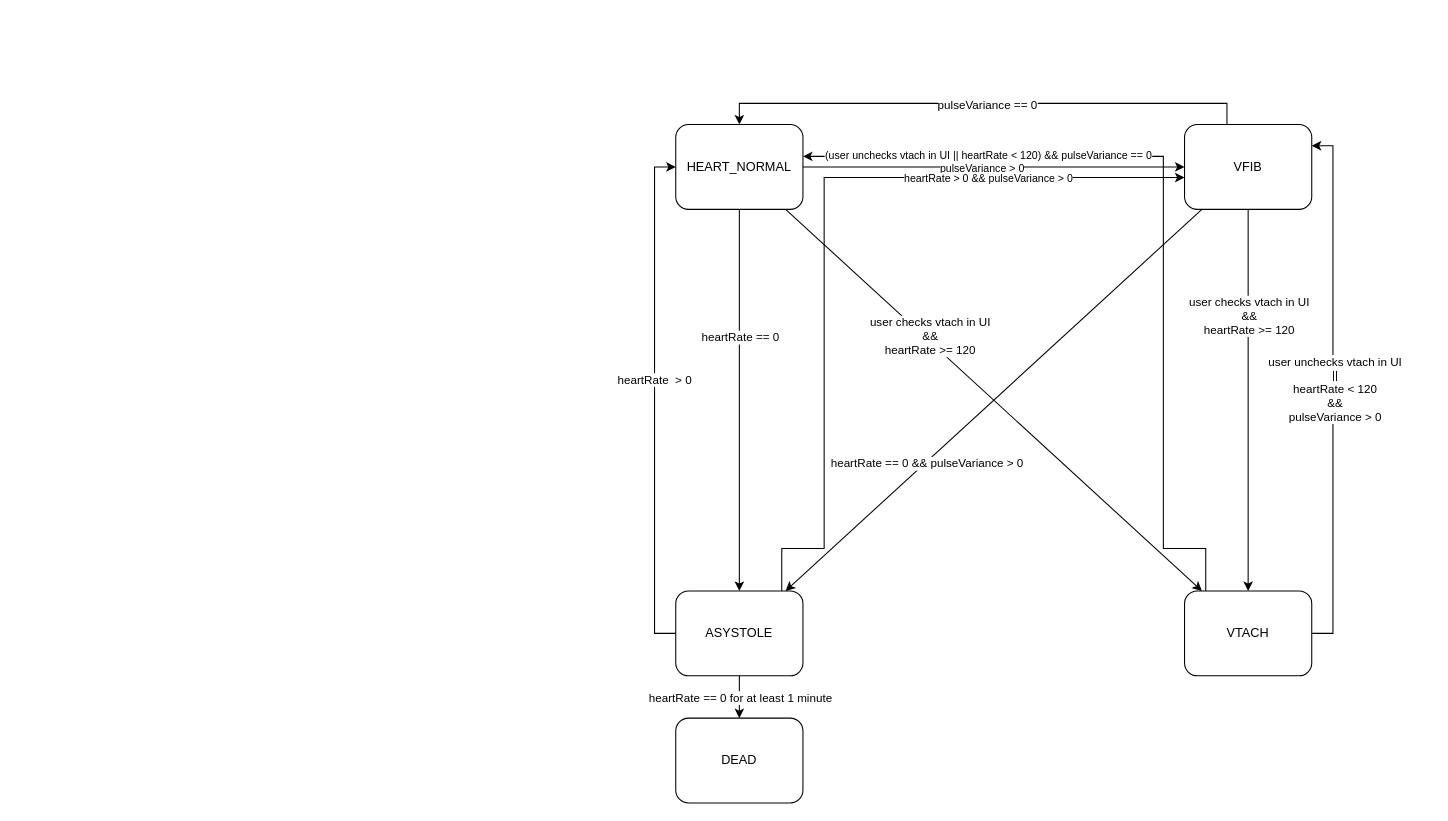
Above: docs/state-diagrams/heart/heart.drawio in HamzaAlsarakbi/AEDSimulator (draw.io), before the change. Source tidied: cells renumbered, new cells numbered last; positions are measured from the earlier drawing's top-left corner, leaving out a move shared by most shapes. Both pictures are drawn from the tidied source at 106%, with x=0, y=0 at pixel (654, 103).
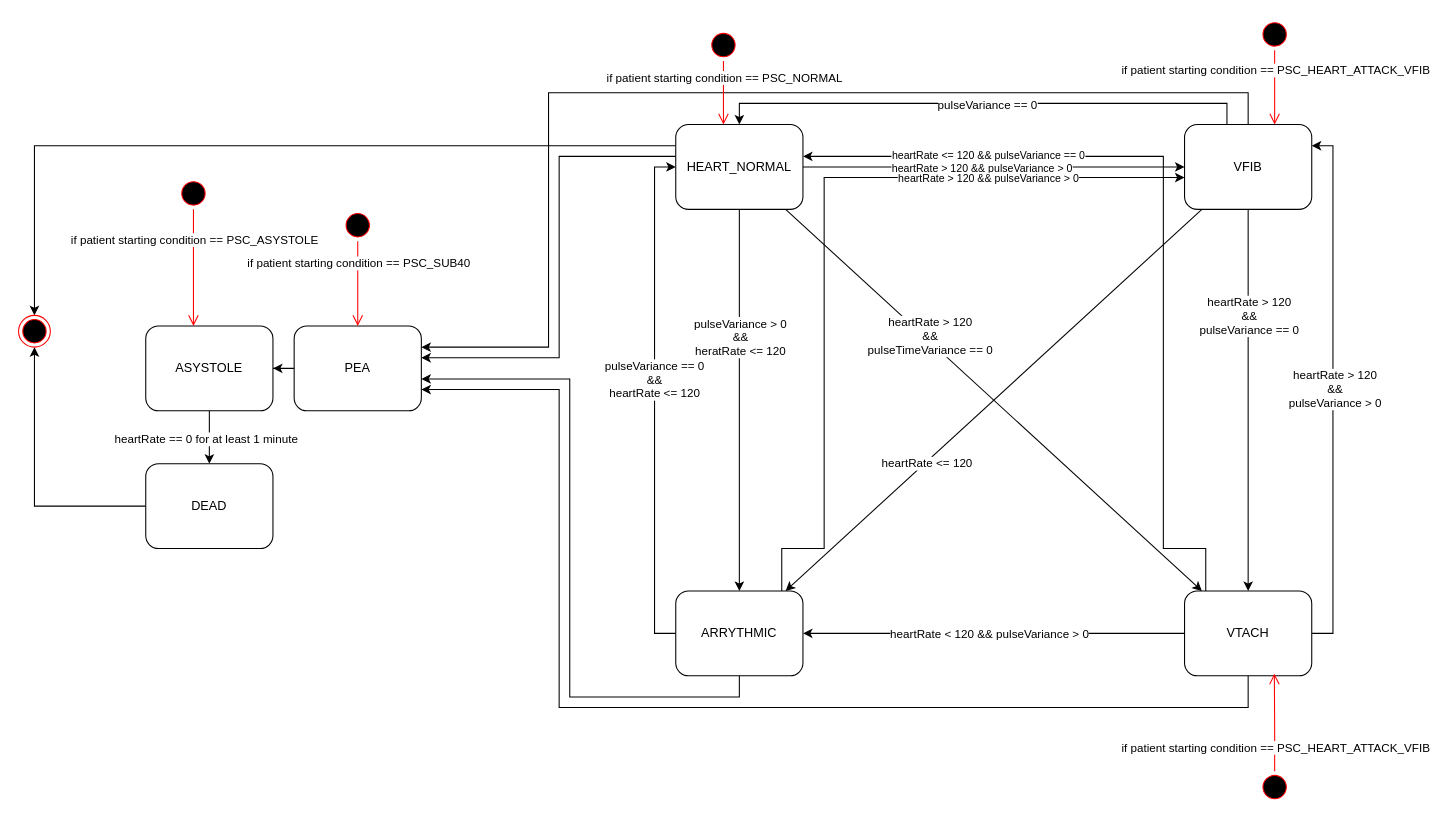
After the change.

Commit message (it also covers changes not shown here):
added heart states and updated state diagrams

Unchanged cells that the change refers to:
```xml
<mxCell id="2" style="rounded=0;jettySize=auto;html=1;" parent="1" edge="1" source="8" target="15">
  <mxGeometry relative="1" as="geometry" />
</mxCell>
<mxCell id="4" style="rounded=0;jettySize=auto;html=1;" parent="1" edge="1" source="8" target="22">
  <mxGeometry relative="1" as="geometry" />
</mxCell>
<mxCell id="6" style="rounded=0;jettySize=auto;html=1;" parent="1" edge="1" source="8" target="27">
  <mxGeometry relative="1" as="geometry" />
</mxCell>
<mxCell id="8" value="HEART_NORMAL" style="rounded=1;whiteSpace=wrap;html=1;" parent="1" vertex="1">
  <mxGeometry x="20" y="20" width="120" height="80" as="geometry" />
</mxCell>
<mxCell id="9" style="edgeStyle=orthogonalEdgeStyle;rounded=0;jettySize=auto;html=1;" parent="1" edge="1" source="15" target="8">
  <mxGeometry relative="1" as="geometry">
    <Array as="points">
      <mxPoint y="500" />
      <mxPoint y="60" />
    </Array>
  </mxGeometry>
</mxCell>
<mxCell id="11" style="edgeStyle=orthogonalEdgeStyle;rounded=0;jettySize=auto;html=1;" parent="1" edge="1" source="15" target="22">
  <mxGeometry relative="1" as="geometry">
    <Array as="points">
      <mxPoint x="120" y="420" />
      <mxPoint x="160" y="420" />
      <mxPoint x="160" y="70" />
    </Array>
  </mxGeometry>
</mxCell>
<mxCell id="16" style="rounded=0;jettySize=auto;html=1;" parent="1" edge="1" source="22" target="27">
  <mxGeometry relative="1" as="geometry" />
</mxCell>
<mxCell id="20" style="rounded=0;jettySize=auto;html=1;" parent="1" edge="1" source="22" target="15">
  <mxGeometry relative="1" as="geometry" />
</mxCell>
<mxCell id="22" value="VFIB" style="rounded=1;whiteSpace=wrap;html=1;" parent="1" vertex="1">
  <mxGeometry x="500" y="20" width="120" height="80" as="geometry" />
</mxCell>
<mxCell id="23" style="edgeStyle=orthogonalEdgeStyle;rounded=0;jettySize=auto;html=1;" parent="1" edge="1" source="27" target="8">
  <mxGeometry relative="1" as="geometry">
    <Array as="points">
      <mxPoint x="520" y="420" />
      <mxPoint x="480" y="420" />
      <mxPoint x="480" y="50" />
    </Array>
  </mxGeometry>
</mxCell>
<mxCell id="25" style="edgeStyle=orthogonalEdgeStyle;rounded=0;jettySize=auto;html=1;" parent="1" edge="1" source="27" target="22">
  <mxGeometry relative="1" as="geometry">
    <Array as="points">
      <mxPoint x="640" y="500" />
      <mxPoint x="640" y="40" />
    </Array>
  </mxGeometry>
</mxCell>
<mxCell id="27" value="VTACH" style="rounded=1;whiteSpace=wrap;html=1;" parent="1" vertex="1">
  <mxGeometry x="500" y="460" width="120" height="80" as="geometry" />
</mxCell>
```

The edit, as a diff of the source:
```diff
@@
-    <mxCell id="3" value="heartRate == 0" style="edgeLabel;html=1;align=center;verticalAlign=middle;" parent="2" vertex="1">
+    <mxCell id="3" value="pulseVariance &amp;gt; 0&lt;br&gt;&amp;amp;&amp;amp;&lt;br&gt;heratRate &amp;lt;= 120" style="edgeLabel;html=1;align=center;verticalAlign=middle;" parent="2" vertex="1">
       <mxGeometry x="-0.4" relative="1" as="geometry">
         <mxPoint y="12" as="offset" />
       </mxGeometry>
     </mxCell>
@@
-    <mxCell id="5" value="pulseVariance &amp;gt; 0" style="edgeLabel;html=1;align=center;verticalAlign=middle;fontSize=10;" parent="4" vertex="1">
+    <mxCell id="5" value="heartRate &amp;gt; 120 &amp;amp;&amp;amp; pulseVariance &amp;gt; 0" style="edgeLabel;html=1;align=center;verticalAlign=middle;fontSize=10;" parent="4" vertex="1">
       <mxGeometry x="-0.28" y="-1" relative="1" as="geometry">
         <mxPoint x="38" y="-1" as="offset" />
       </mxGeometry>
     </mxCell>
@@
-    <mxCell id="7" value="user checks vtach in UI&lt;br&gt;&amp;amp;&amp;amp;&lt;br&gt;heartRate &amp;gt;= 120" style="edgeLabel;html=1;align=center;verticalAlign=middle;" parent="6" vertex="1">
+    <mxCell id="7" value="heartRate &amp;gt; 120&lt;br&gt;&amp;amp;&amp;amp;&lt;br&gt;pulseTimeVariance == 0" style="edgeLabel;html=1;align=center;verticalAlign=middle;" parent="6" vertex="1">
       <mxGeometry x="-0.01" y="-1" relative="1" as="geometry">
         <mxPoint x="-58" y="-60" as="offset" />
       </mxGeometry>
     </mxCell>
+    <mxCell id="29" style="edgeStyle=orthogonalEdgeStyle;rounded=0;jettySize=auto;html=1;" parent="1" edge="1" source="8" target="38">
+      <mxGeometry relative="1" as="geometry">
+        <Array as="points">
+          <mxPoint x="-90" y="50" />
+          <mxPoint x="-90" y="240" />
+        </Array>
+      </mxGeometry>
+    </mxCell>
+    <mxCell id="30" style="edgeStyle=orthogonalEdgeStyle;rounded=0;jettySize=auto;html=1;entryX=0.5;entryY=0;entryDx=0;entryDy=0;" parent="1" edge="1" source="8" target="56">
+      <mxGeometry relative="1" as="geometry">
+        <Array as="points">
+          <mxPoint x="-585" y="40" />
+        </Array>
+      </mxGeometry>
+    </mxCell>
@@
-    <mxCell id="10" value="heartRate&amp;nbsp; &amp;gt; 0" style="edgeLabel;html=1;align=center;verticalAlign=middle;" parent="9" vertex="1">
+    <mxCell id="10" value="pulseVariance == 0&lt;br&gt;&amp;amp;&amp;amp;&lt;br&gt;heartRate &amp;lt;= 120" style="edgeLabel;html=1;align=center;verticalAlign=middle;" parent="9" vertex="1">
       <mxGeometry x="-0.04" y="1" relative="1" as="geometry">
         <mxPoint y="-30" as="offset" />
       </mxGeometry>
     </mxCell>
@@
-    <mxCell id="12" value="heartRate &amp;gt; 0 &amp;amp;&amp;amp; pulseVariance &amp;gt; 0" style="edgeLabel;html=1;align=center;verticalAlign=middle;fontSize=10;" parent="11" vertex="1">
+    <mxCell id="12" value="heartRate &amp;gt; 120 &amp;amp;&amp;amp; pulseVariance &amp;gt; 0" style="edgeLabel;html=1;align=center;verticalAlign=middle;fontSize=10;" parent="11" vertex="1">
       <mxGeometry x="-0.62" y="1" relative="1" as="geometry">
         <mxPoint x="155" y="-284" as="offset" />
       </mxGeometry>
     </mxCell>
-    <mxCell id="13" style="edgeStyle=orthogonalEdgeStyle;rounded=0;jettySize=auto;html=1;" parent="1" edge="1" source="15" target="28">
-      <mxGeometry relative="1" as="geometry" />
-    </mxCell>
-    <mxCell id="14" value="heartRate == 0 for at least 1 minute" style="edgeLabel;html=1;align=center;verticalAlign=middle;" parent="13" vertex="1">
-      <mxGeometry x="0.02" relative="1" as="geometry" />
-    </mxCell>
+    <mxCell id="31" style="edgeStyle=orthogonalEdgeStyle;rounded=0;jettySize=auto;html=1;" parent="1" edge="1" source="15" target="38">
+      <mxGeometry relative="1" as="geometry">
+        <Array as="points">
+          <mxPoint x="80" y="560" />
+          <mxPoint x="-80" y="560" />
+          <mxPoint x="-80" y="260" />
+        </Array>
+      </mxGeometry>
+    </mxCell>
-    <mxCell id="15" value="ASYSTOLE" style="rounded=1;whiteSpace=wrap;html=1;" parent="1" vertex="1">
+    <mxCell id="15" value="ARRYTHMIC" style="rounded=1;whiteSpace=wrap;html=1;" parent="1" vertex="1">
       <mxGeometry x="20" y="460" width="120" height="80" as="geometry" />
     </mxCell>
@@
-    <mxCell id="17" value="user checks vtach in UI&lt;br&gt;&amp;amp;&amp;amp;&lt;br&gt;heartRate &amp;gt;= 120" style="edgeLabel;html=1;align=center;verticalAlign=middle;" parent="16" vertex="1">
+    <mxCell id="17" value="heartRate &amp;gt; 120&lt;br&gt;&amp;amp;&amp;amp;&lt;br&gt;pulseVariance == 0" style="edgeLabel;html=1;align=center;verticalAlign=middle;" parent="16" vertex="1">
       <mxGeometry x="-0.3" y="-2" relative="1" as="geometry">
         <mxPoint x="2" y="-26" as="offset" />
       </mxGeometry>
     </mxCell>
@@
-    <mxCell id="21" value="heartRate == 0 &amp;amp;&amp;amp; pulseVariance &amp;gt; 0" style="edgeLabel;html=1;align=center;verticalAlign=middle;" parent="20" vertex="1">
+    <mxCell id="21" value="heartRate &amp;lt;= 120" style="edgeLabel;html=1;align=center;verticalAlign=middle;" parent="20" vertex="1">
       <mxGeometry x="0.33" y="1" relative="1" as="geometry" />
     </mxCell>
+    <mxCell id="32" style="edgeStyle=orthogonalEdgeStyle;rounded=0;jettySize=auto;html=1;" parent="1" edge="1" source="22" target="38">
+      <mxGeometry relative="1" as="geometry">
+        <Array as="points">
+          <mxPoint x="560" y="-10" />
+          <mxPoint x="-100" y="-10" />
+          <mxPoint x="-100" y="230" />
+        </Array>
+      </mxGeometry>
+    </mxCell>
@@
-    <mxCell id="24" value="(user unchecks vtach in UI || heartRate &amp;lt; 120) &amp;amp;&amp;amp; pulseVariance == 0" style="edgeLabel;html=1;align=center;verticalAlign=middle;fontSize=10;" parent="23" vertex="1">
+    <mxCell id="24" value="heartRate &amp;lt;= 120 &amp;amp;&amp;amp; pulseVariance == 0" style="edgeLabel;html=1;align=center;verticalAlign=middle;fontSize=10;" parent="23" vertex="1">
       <mxGeometry x="-0.15" relative="1" as="geometry">
         <mxPoint x="-166" y="-116" as="offset" />
       </mxGeometry>
     </mxCell>
@@
-    <mxCell id="26" value="user unchecks vtach in UI&lt;br&gt;||&lt;br&gt;heartRate &amp;lt; 120&lt;br&gt;&amp;amp;&amp;amp;&lt;br&gt;pulseVariance &amp;gt; 0" style="edgeLabel;html=1;align=center;verticalAlign=middle;" parent="25" vertex="1">
+    <mxCell id="26" value="heartRate &amp;gt; 120&lt;br&gt;&amp;amp;&amp;amp;&lt;br&gt;pulseVariance &amp;gt; 0" style="edgeLabel;html=1;align=center;verticalAlign=middle;" parent="25" vertex="1">
       <mxGeometry x="0.77" y="-1" relative="1" as="geometry">
         <mxPoint y="192" as="offset" />
       </mxGeometry>
     </mxCell>
+    <mxCell id="33" style="edgeStyle=orthogonalEdgeStyle;rounded=0;jettySize=auto;html=1;" parent="1" edge="1" source="27" target="15">
+      <mxGeometry relative="1" as="geometry" />
+    </mxCell>
+    <mxCell id="34" value="heartRate &amp;lt; 120 &amp;amp;&amp;amp; pulseVariance &amp;gt; 0" style="edgeLabel;html=1;align=center;verticalAlign=middle;" parent="33" vertex="1">
+      <mxGeometry x="0.03" relative="1" as="geometry" />
+    </mxCell>
+    <mxCell id="35" style="edgeStyle=orthogonalEdgeStyle;rounded=0;jettySize=auto;html=1;" parent="1" edge="1" source="27" target="38">
+      <mxGeometry relative="1" as="geometry">
+        <Array as="points">
+          <mxPoint x="560" y="570" />
+          <mxPoint x="-90" y="570" />
+          <mxPoint x="-90" y="270" />
+        </Array>
+      </mxGeometry>
+    </mxCell>
@@
+    <mxCell id="36" style="edgeStyle=orthogonalEdgeStyle;rounded=0;jettySize=auto;html=1;strokeColor=default;" parent="1" edge="1" source="28" target="56">
+      <mxGeometry relative="1" as="geometry" />
+    </mxCell>
     <mxCell id="28" value="DEAD" style="rounded=1;whiteSpace=wrap;html=1;" parent="1" vertex="1">
-      <mxGeometry x="20" y="580" width="120" height="80" as="geometry" />
+      <mxGeometry x="-480" y="340" width="120" height="80" as="geometry" />
     </mxCell>
+    <mxCell id="37" style="edgeStyle=orthogonalEdgeStyle;rounded=0;jettySize=auto;html=1;" parent="1" edge="1" source="38" target="40">
+      <mxGeometry relative="1" as="geometry" />
+    </mxCell>
+    <mxCell id="38" value="PEA" style="rounded=1;whiteSpace=wrap;html=1;" parent="1" vertex="1">
+      <mxGeometry x="-340" y="210" width="120" height="80" as="geometry" />
+    </mxCell>
+    <mxCell id="39" style="edgeStyle=orthogonalEdgeStyle;rounded=0;jettySize=auto;html=1;" parent="1" edge="1" source="40" target="28">
+      <mxGeometry relative="1" as="geometry" />
+    </mxCell>
+    <mxCell id="14" value="heartRate == 0 for at least 1 minute" style="edgeLabel;html=1;align=center;verticalAlign=middle;" parent="39" vertex="1">
+      <mxGeometry x="0.02" y="-4" relative="1" as="geometry" />
+    </mxCell>
+    <mxCell id="40" value="ASYSTOLE" style="rounded=1;whiteSpace=wrap;html=1;" parent="1" vertex="1">
+      <mxGeometry x="-480" y="210" width="120" height="80" as="geometry" />
+    </mxCell>
+    <mxCell id="41" style="ellipse;html=1;shape=startState;fillColor=#000000;strokeColor=#ff0000;" parent="1" vertex="1">
+      <mxGeometry x="50" y="-70" width="30" height="30" as="geometry" />
+    </mxCell>
+    <mxCell id="42" style="edgeStyle=orthogonalEdgeStyle;html=1;verticalAlign=bottom;endArrow=open;endSize=8;strokeColor=#ff0000;rounded=0;" parent="1" edge="1" source="41">
+      <mxGeometry relative="1" as="geometry">
+        <mxPoint x="65" y="20" as="targetPoint" />
+      </mxGeometry>
+    </mxCell>
+    <mxCell id="43" value="if patient starting condition == PSC_NORMAL" style="edgeLabel;html=1;align=center;verticalAlign=middle;" parent="42" vertex="1">
+      <mxGeometry x="-0.5" relative="1" as="geometry" />
+    </mxCell>
+    <mxCell id="44" style="ellipse;html=1;shape=startState;fillColor=#000000;strokeColor=#ff0000;" parent="1" vertex="1">
+      <mxGeometry x="570" y="-80" width="30" height="30" as="geometry" />
+    </mxCell>
+    <mxCell id="45" style="edgeStyle=orthogonalEdgeStyle;html=1;verticalAlign=bottom;endArrow=open;endSize=8;strokeColor=#ff0000;rounded=0;" parent="1" edge="1" source="44">
+      <mxGeometry relative="1" as="geometry">
+        <mxPoint x="585" y="20" as="targetPoint" />
+      </mxGeometry>
+    </mxCell>
+    <mxCell id="46" value="if patient starting condition == PSC_HEART_ATTACK_VFIB" style="edgeLabel;html=1;align=center;verticalAlign=middle;" parent="45" vertex="1">
+      <mxGeometry x="-0.5" relative="1" as="geometry" />
+    </mxCell>
+    <mxCell id="47" style="ellipse;html=1;shape=startState;fillColor=#000000;strokeColor=#ff0000;" parent="1" vertex="1">
+      <mxGeometry x="570" y="630" width="30" height="30" as="geometry" />
+    </mxCell>
+    <mxCell id="48" style="edgeStyle=orthogonalEdgeStyle;html=1;verticalAlign=bottom;endArrow=open;endSize=8;strokeColor=#ff0000;rounded=0;entryX=0.706;entryY=0.975;entryDx=0;entryDy=0;entryPerimeter=0;" parent="1" edge="1" source="47" target="27">
+      <mxGeometry relative="1" as="geometry" />
+    </mxCell>
+    <mxCell id="49" value="if patient starting condition == PSC_HEART_ATTACK_VFIB" style="edgeLabel;html=1;align=center;verticalAlign=middle;" parent="48" vertex="1">
+      <mxGeometry x="-0.5" relative="1" as="geometry" />
+    </mxCell>
+    <mxCell id="50" style="ellipse;html=1;shape=startState;fillColor=#000000;strokeColor=#ff0000;" parent="1" vertex="1">
+      <mxGeometry x="-295" y="100" width="30" height="30" as="geometry" />
+    </mxCell>
+    <mxCell id="51" style="edgeStyle=orthogonalEdgeStyle;html=1;verticalAlign=bottom;endArrow=open;endSize=8;strokeColor=#ff0000;rounded=0;" parent="1" edge="1" source="50" target="38">
+      <mxGeometry relative="1" as="geometry" />
+    </mxCell>
+    <mxCell id="52" value="if patient starting condition == PSC_SUB40" style="edgeLabel;html=1;align=center;verticalAlign=middle;" parent="51" vertex="1">
+      <mxGeometry x="-0.5" relative="1" as="geometry" />
+    </mxCell>
+    <mxCell id="53" style="ellipse;html=1;shape=startState;fillColor=#000000;strokeColor=#ff0000;" parent="1" vertex="1">
+      <mxGeometry x="-450" y="70" width="30" height="30" as="geometry" />
+    </mxCell>
+    <mxCell id="54" style="edgeStyle=orthogonalEdgeStyle;html=1;verticalAlign=bottom;endArrow=open;endSize=8;strokeColor=#ff0000;rounded=0;" parent="1" edge="1" source="53">
+      <mxGeometry relative="1" as="geometry">
+        <mxPoint x="-435" y="210" as="targetPoint" />
+      </mxGeometry>
+    </mxCell>
+    <mxCell id="55" value="if patient starting condition == PSC_ASYSTOLE" style="edgeLabel;html=1;align=center;verticalAlign=middle;" parent="54" vertex="1">
+      <mxGeometry x="-0.5" relative="1" as="geometry" />
+    </mxCell>
+    <mxCell id="56" style="ellipse;html=1;shape=endState;fillColor=#000000;strokeColor=#ff0000;" parent="1" vertex="1">
+      <mxGeometry x="-600" y="200" width="30" height="30" as="geometry" />
+    </mxCell>
```
